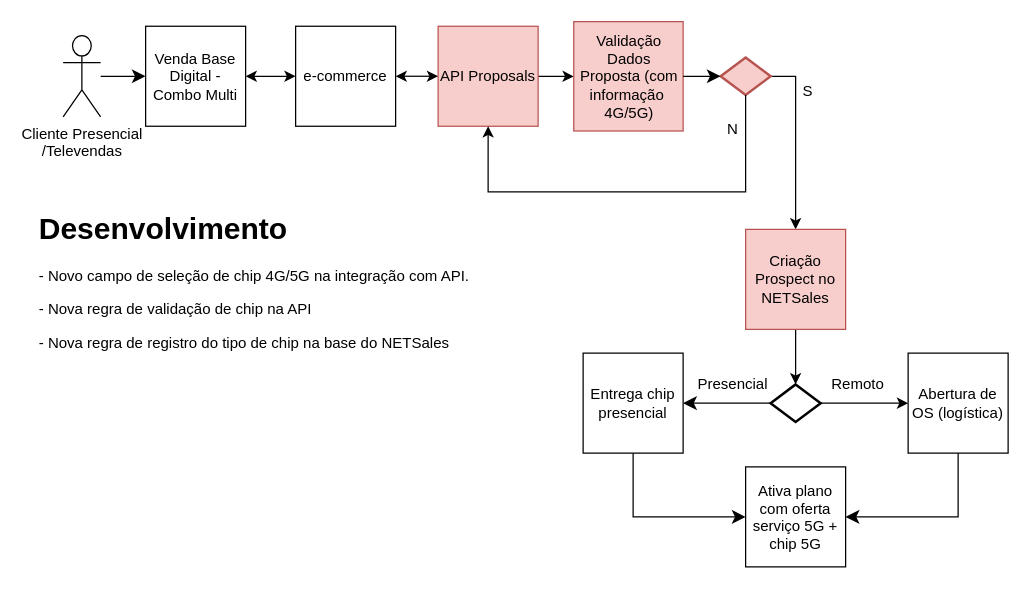
Before: page "API Digital NETSales" (4 of 5) of 5GSA v2.drawio in samirali/ClaroBrasil, a draw.io diagram. Source tidied: cells renumbered, new cells numbered last; positions are measured from the earlier drawing's top-left corner, leaving out a move shared by most shapes. Both pictures are drawn from the tidied source at 125%, with x=0, y=0 at pixel (32, 21).
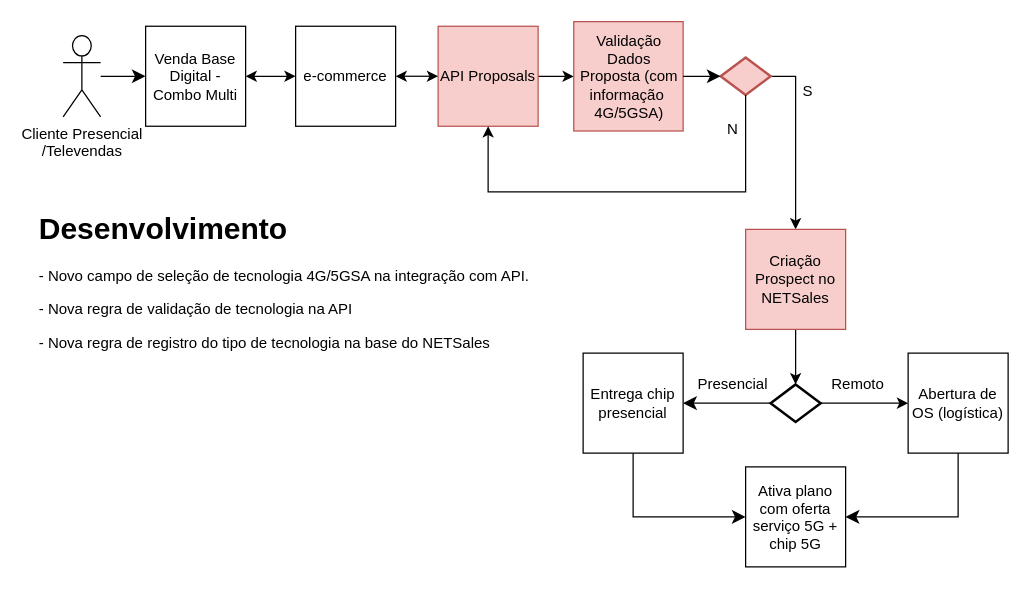
The same diagram, later.

What changed in the source:
```diff
@@
-    <mxCell id="15" value="&lt;h1&gt;Desenvolvimento&lt;/h1&gt;&lt;p style=&quot;border-color: var(--border-color);&quot;&gt;&lt;span style=&quot;background-color: initial;&quot;&gt;- Novo campo de seleção de chip 4G/5G na integração com API.&lt;/span&gt;&lt;br&gt;&lt;/p&gt;&lt;p style=&quot;border-color: var(--border-color);&quot;&gt;- Nova regra de validação de chip na API&lt;/p&gt;&lt;p style=&quot;border-color: var(--border-color);&quot;&gt;- Nova regra de registro do tipo de chip na base do NETSales&lt;/p&gt;&lt;p&gt;&lt;br&gt;&lt;/p&gt;&lt;div&gt;&lt;br&gt;&lt;/div&gt;" style="text;html=1;strokeColor=none;fillColor=none;spacing=5;spacingTop=-20;whiteSpace=wrap;overflow=hidden;rounded=0;" parent="1" vertex="1">
+    <mxCell id="15" value="&lt;h1&gt;Desenvolvimento&lt;/h1&gt;&lt;p style=&quot;border-color: var(--border-color);&quot;&gt;&lt;span style=&quot;background-color: initial;&quot;&gt;- Novo campo de seleção de tecnologia 4G/5GSA na integração com API.&lt;/span&gt;&lt;br&gt;&lt;/p&gt;&lt;p style=&quot;border-color: var(--border-color);&quot;&gt;- Nova regra de validação de tecnologia na API&lt;/p&gt;&lt;p style=&quot;border-color: var(--border-color);&quot;&gt;- Nova regra de registro do tipo de tecnologia na base do NETSales&lt;/p&gt;&lt;p&gt;&lt;br&gt;&lt;/p&gt;&lt;div&gt;&lt;br&gt;&lt;/div&gt;" style="text;html=1;strokeColor=none;fillColor=none;spacing=5;spacingTop=-20;whiteSpace=wrap;overflow=hidden;rounded=0;" parent="1" vertex="1">
       <mxGeometry y="146" width="420" height="150" as="geometry" />
     </mxCell>
@@
-    <mxCell id="23" value="Validação Dados Proposta (com informação&amp;nbsp; 4G/5G)" style="whiteSpace=wrap;html=1;fillColor=#f8cecc;strokeColor=#b85450;" parent="1" vertex="1">
+    <mxCell id="23" value="Validação Dados Proposta (com informação&amp;nbsp; 4G/5GSA)" style="whiteSpace=wrap;html=1;fillColor=#f8cecc;strokeColor=#b85450;" parent="1" vertex="1">
       <mxGeometry x="432.5" y="-0.2" width="87.5" height="87.5" as="geometry" />
     </mxCell>
```
